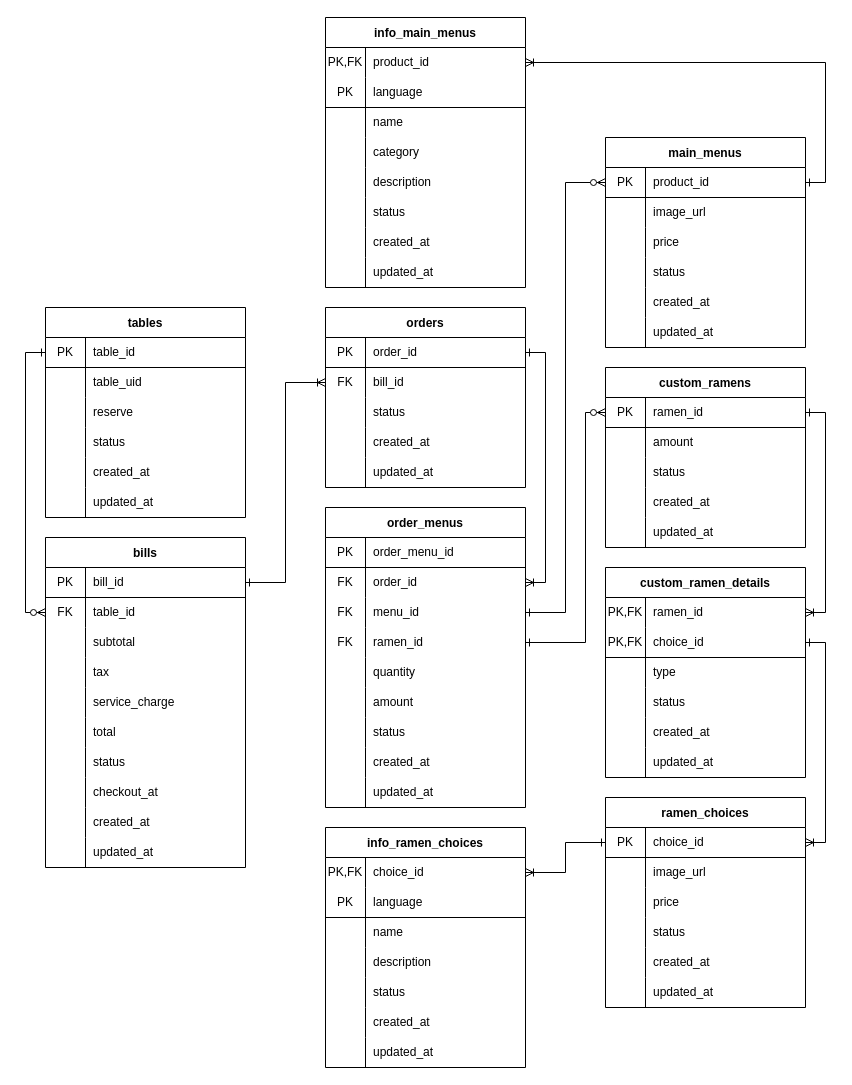
Earlier version of the draw.io diagram page "ER Diagram" (1 of 2) of Document/Design Diagram.drawio (PiriyaDEV/harihari-ramen). Source tidied: cells renumbered, new cells numbered last; positions are measured from the earlier drawing's top-left corner, leaving out a move shared by most shapes. Both pictures are drawn from the tidied source at 100%, with x=0, y=0 at pixel (45, 17).
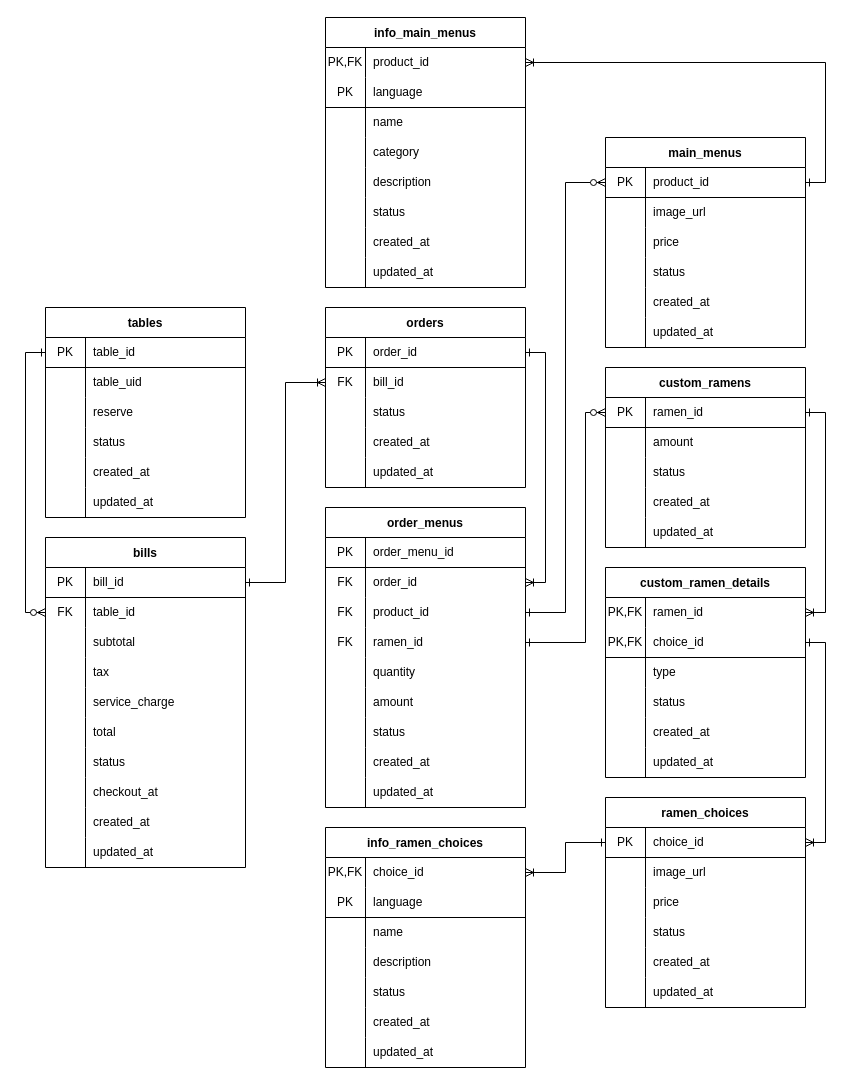
The same page after the edit.

The change refers to these unchanged cells:
```xml
<mxCell id="95" style="shape=partialRectangle;html=1;whiteSpace=wrap;fillColor=none;top=0;left=0;bottom=0;right=0;points=[[0,0.5],[1,0.5]];portConstraint=eastwest;" parent="88" vertex="1">
  <mxGeometry y="90" width="200" height="30" as="geometry" />
</mxCell>
```

The edit, as a diff of the source:
```diff
@@
-    <mxCell id="97" value="menu_id" style="shape=partialRectangle;html=1;whiteSpace=wrap;fillColor=none;top=0;left=0;bottom=0;right=0;align=left;spacingLeft=6;overflow=hidden;" parent="95" vertex="1">
+    <mxCell id="97" value="product_id" style="shape=partialRectangle;html=1;whiteSpace=wrap;fillColor=none;top=0;left=0;bottom=0;right=0;align=left;spacingLeft=6;overflow=hidden;" parent="95" vertex="1">
       <mxGeometry x="40" width="160" height="30" as="geometry" />
     </mxCell>
```
